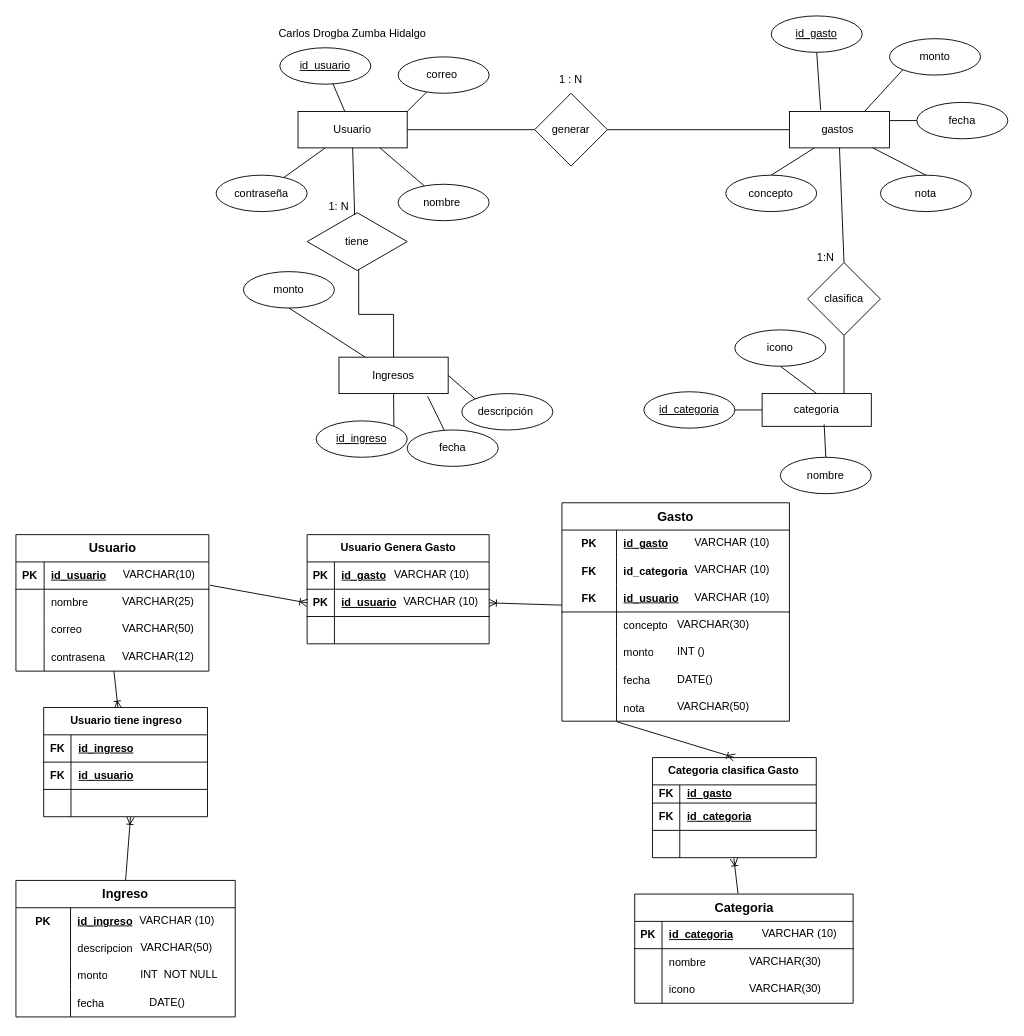
Before: Proyecto de unidad 1.drawio in CarlosZumba16/Base-de-Datos-Unidad-1, a draw.io diagram. Source tidied: cells renumbered, new cells numbered last; positions are measured from the earlier drawing's top-left corner, leaving out a move shared by most shapes. Both pictures are drawn from the tidied source at 91%, with x=0, y=0 at pixel (15, 15).
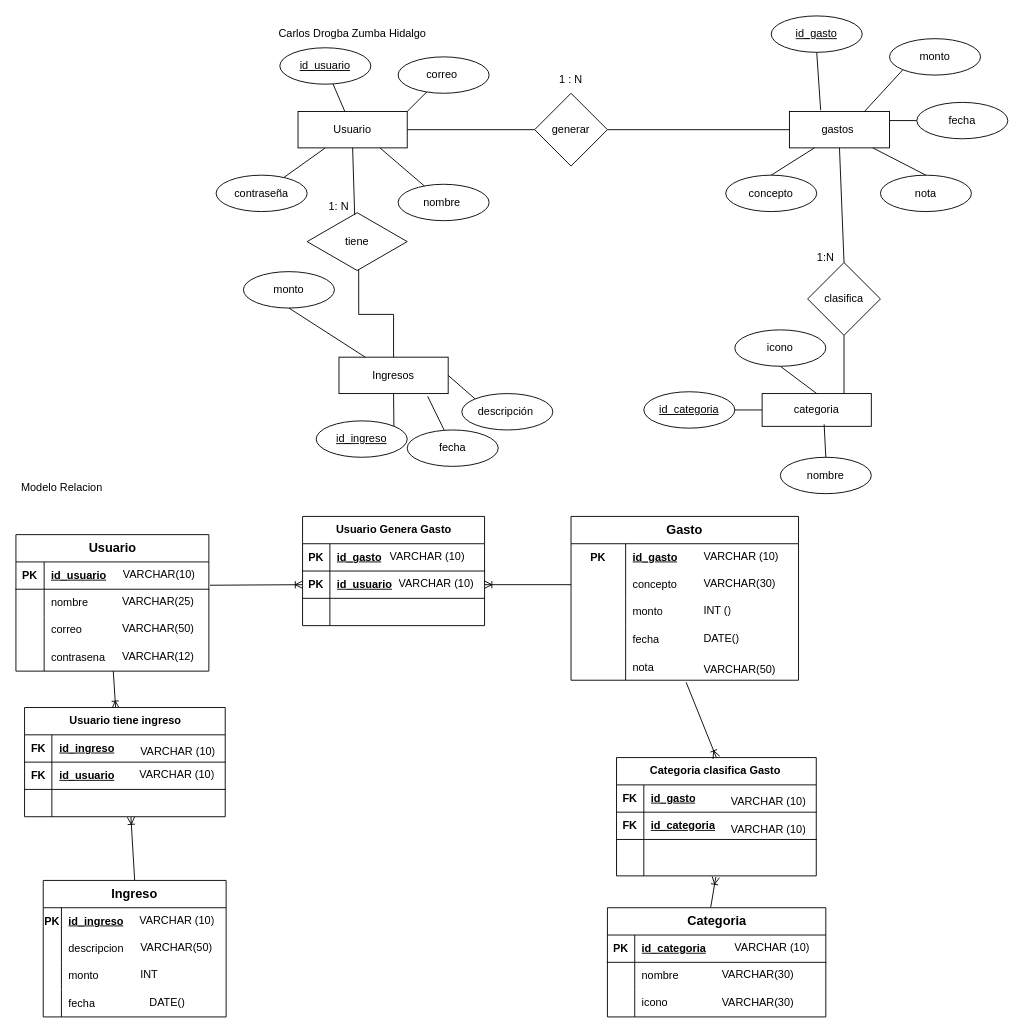
Above is the later version.

The change refers to these unchanged cells:
```xml
<mxCell id="133" style="shape=tableRow;horizontal=0;startSize=0;swimlaneHead=0;swimlaneBody=0;fillColor=none;points=[[0,0.5],[1,0.5]];portConstraint=eastwest;top=0;left=0;right=0;bottom=1;" parent="129" vertex="1">
  <mxGeometry y="60" width="200" height="30" as="geometry" />
</mxCell>
```

Diff of the diagram source:
```diff
@@
     <mxCell id="64" value="&lt;font style=&quot;font-size: 14px;&quot;&gt;Ingreso&lt;/font&gt;" style="shape=table;startSize=30;childLayout=tableLayout;rowLines=0;fontStyle=1;align=center;html=1;whiteSpace=wrap;" parent="1" vertex="1">
-      <mxGeometry y="950" width="241" height="150" as="geometry" />
+      <mxGeometry x="30" y="950" width="201" height="150" as="geometry" />
     </mxCell>
     <mxCell id="65" style="shape=tableRow;horizontal=0;startSize=0;swimlaneHead=0;swimlaneBody=0;fillColor=none;top=0;left=0;right=0;bottom=0;html=1;" parent="64" vertex="1">
-      <mxGeometry y="30" width="241" height="30" as="geometry" />
+      <mxGeometry y="30" width="201" height="30" as="geometry" />
     </mxCell>
     <mxCell id="66" value="PK" style="shape=partialRectangle;fillColor=none;top=0;left=0;bottom=0;right=0;fontStyle=1;overflow=hidden;html=1;whiteSpace=wrap;" parent="65" vertex="1">
-      <mxGeometry width="60" height="30" as="geometry" />
+      <mxGeometry width="20" height="30" as="geometry" />
     </mxCell>
     <mxCell id="67" value="id_ingreso" style="shape=partialRectangle;fillColor=none;top=0;left=0;bottom=0;right=0;align=left;spacingLeft=6;fontStyle=5;overflow=hidden;html=1;whiteSpace=wrap;" parent="65" vertex="1">
-      <mxGeometry x="60" width="181" height="30" as="geometry" />
+      <mxGeometry x="20" width="181" height="30" as="geometry" />
     </mxCell>
     <mxCell id="68" style="shape=tableRow;horizontal=0;startSize=0;swimlaneHead=0;swimlaneBody=0;fillColor=none;top=0;left=0;right=0;bottom=0;html=1;" parent="64" vertex="1">
-      <mxGeometry y="60" width="241" height="30" as="geometry" />
+      <mxGeometry y="60" width="201" height="30" as="geometry" />
     </mxCell>
     <mxCell id="69" style="shape=partialRectangle;fillColor=none;top=0;left=0;bottom=0;right=0;overflow=hidden;html=1;whiteSpace=wrap;" parent="68" vertex="1">
-      <mxGeometry width="60" height="30" as="geometry" />
+      <mxGeometry width="20" height="30" as="geometry" />
     </mxCell>
     <mxCell id="70" value="descripcion" style="shape=partialRectangle;fillColor=none;top=0;left=0;bottom=0;right=0;align=left;spacingLeft=6;overflow=hidden;html=1;whiteSpace=wrap;" parent="68" vertex="1">
-      <mxGeometry x="60" width="181" height="30" as="geometry" />
+      <mxGeometry x="20" width="181" height="30" as="geometry" />
     </mxCell>
     <mxCell id="71" style="shape=tableRow;horizontal=0;startSize=0;swimlaneHead=0;swimlaneBody=0;fillColor=none;top=0;left=0;right=0;bottom=0;html=1;" parent="64" vertex="1">
-      <mxGeometry y="90" width="241" height="30" as="geometry" />
+      <mxGeometry y="90" width="201" height="30" as="geometry" />
     </mxCell>
     <mxCell id="72" style="shape=partialRectangle;fillColor=none;top=0;left=0;bottom=0;right=0;overflow=hidden;html=1;whiteSpace=wrap;" parent="71" vertex="1">
-      <mxGeometry width="60" height="30" as="geometry" />
+      <mxGeometry width="20" height="30" as="geometry" />
     </mxCell>
     <mxCell id="73" value="monto" style="shape=partialRectangle;fillColor=none;top=0;left=0;bottom=0;right=0;align=left;spacingLeft=6;overflow=hidden;html=1;whiteSpace=wrap;" parent="71" vertex="1">
-      <mxGeometry x="60" width="181" height="30" as="geometry" />
+      <mxGeometry x="20" width="181" height="30" as="geometry" />
     </mxCell>
     <mxCell id="74" style="shape=tableRow;horizontal=0;startSize=0;swimlaneHead=0;swimlaneBody=0;fillColor=none;top=0;left=0;right=0;bottom=0;" parent="64" vertex="1">
-      <mxGeometry y="120" width="241" height="30" as="geometry" />
+      <mxGeometry y="120" width="201" height="30" as="geometry" />
     </mxCell>
     <mxCell id="75" style="shape=partialRectangle;fillColor=none;top=0;left=0;bottom=0;right=0;overflow=hidden;" parent="74" vertex="1">
-      <mxGeometry width="60" height="30" as="geometry" />
+      <mxGeometry width="20" height="30" as="geometry" />
     </mxCell>
     <mxCell id="76" value="fecha" style="shape=partialRectangle;fillColor=none;top=0;left=0;bottom=0;right=0;align=left;spacingLeft=6;overflow=hidden;" parent="74" vertex="1">
-      <mxGeometry x="60" width="181" height="30" as="geometry" />
+      <mxGeometry x="20" width="181" height="30" as="geometry" />
     </mxCell>
@@
-    <mxCell id="83" value="INT&amp;nbsp; NOT NULL" style="text;strokeColor=none;fillColor=none;spacingLeft=4;spacingRight=4;overflow=hidden;fontSize=12;whiteSpace=wrap;html=1;" parent="1" vertex="1">
+    <mxCell id="83" value="INT&amp;nbsp;" style="text;strokeColor=none;fillColor=none;spacingLeft=4;spacingRight=4;overflow=hidden;fontSize=12;whiteSpace=wrap;html=1;" parent="1" vertex="1">
       <mxGeometry x="131" y="1040" width="100" height="30" as="geometry" />
     </mxCell>
@@
     <mxCell id="85" value="&lt;font style=&quot;font-size: 14px;&quot;&gt;Categoria&lt;/font&gt;" style="shape=table;startSize=30;childLayout=tableLayout;rowLines=0;fontStyle=1;align=center;html=1;" parent="1" vertex="1">
-      <mxGeometry x="680" y="965" width="240" height="120" as="geometry" />
+      <mxGeometry x="650" y="980" width="240" height="120" as="geometry" />
     </mxCell>
@@
     <mxCell id="95" value="&lt;font style=&quot;font-size: 14px;&quot;&gt;Gasto&lt;/font&gt;" style="shape=table;startSize=30;childLayout=tableLayout;rowLines=0;fontStyle=1;align=center;html=1;whiteSpace=wrap;" parent="1" vertex="1">
-      <mxGeometry x="600" y="535" width="250" height="240" as="geometry" />
+      <mxGeometry x="610" y="550" width="250" height="180" as="geometry" />
     </mxCell>
@@
-    <mxCell id="99" style="shape=tableRow;horizontal=0;startSize=0;swimlaneHead=0;swimlaneBody=0;fillColor=none;top=0;left=0;right=0;bottom=0;" parent="95" vertex="1">
-      <mxGeometry y="60" width="250" height="30" as="geometry" />
-    </mxCell>
-    <mxCell id="100" value="FK" style="shape=partialRectangle;fillColor=none;top=0;left=0;bottom=0;right=0;overflow=hidden;fontStyle=1;" parent="99" vertex="1">
-      <mxGeometry width="60" height="30" as="geometry" />
-    </mxCell>
-    <mxCell id="101" value="id_categoria" style="shape=partialRectangle;fillColor=none;top=0;left=0;bottom=0;right=0;align=left;spacingLeft=6;overflow=hidden;fontStyle=1;" parent="99" vertex="1">
-      <mxGeometry x="60" width="190" height="30" as="geometry" />
-    </mxCell>
-    <mxCell id="102" style="shape=tableRow;horizontal=0;startSize=0;swimlaneHead=0;swimlaneBody=0;fillColor=none;top=0;left=0;right=0;bottom=1;html=1;" parent="95" vertex="1">
-      <mxGeometry y="90" width="250" height="30" as="geometry" />
-    </mxCell>
-    <mxCell id="103" value="FK" style="shape=partialRectangle;fillColor=none;top=0;left=0;bottom=0;right=0;fontStyle=1;overflow=hidden;html=1;whiteSpace=wrap;" parent="102" vertex="1">
-      <mxGeometry width="60" height="30" as="geometry" />
-    </mxCell>
-    <mxCell id="104" value="id_usuario" style="shape=partialRectangle;fillColor=none;top=0;left=0;bottom=0;right=0;align=left;spacingLeft=6;fontStyle=5;overflow=hidden;html=1;whiteSpace=wrap;" parent="102" vertex="1">
-      <mxGeometry x="60" width="190" height="30" as="geometry" />
-    </mxCell>
     <mxCell id="105" style="shape=tableRow;horizontal=0;startSize=0;swimlaneHead=0;swimlaneBody=0;fillColor=none;points=[[0,0.5],[1,0.5]];portConstraint=eastwest;top=0;left=0;right=0;bottom=0;html=1;" parent="95" vertex="1">
-      <mxGeometry y="120" width="250" height="30" as="geometry" />
+      <mxGeometry y="60" width="250" height="30" as="geometry" />
     </mxCell>
@@
     <mxCell id="108" style="shape=tableRow;horizontal=0;startSize=0;swimlaneHead=0;swimlaneBody=0;fillColor=none;top=0;left=0;right=0;bottom=0;html=1;" parent="95" vertex="1">
-      <mxGeometry y="150" width="250" height="30" as="geometry" />
+      <mxGeometry y="90" width="250" height="30" as="geometry" />
     </mxCell>
@@
     <mxCell id="111" style="shape=tableRow;horizontal=0;startSize=0;swimlaneHead=0;swimlaneBody=0;fillColor=none;top=0;left=0;right=0;bottom=0;" parent="95" vertex="1">
-      <mxGeometry y="180" width="250" height="30" as="geometry" />
+      <mxGeometry y="120" width="250" height="30" as="geometry" />
     </mxCell>
@@
     <mxCell id="114" style="shape=tableRow;horizontal=0;startSize=0;swimlaneHead=0;swimlaneBody=0;fillColor=none;points=[[0,0.5],[1,0.5]];portConstraint=eastwest;top=0;left=0;right=0;bottom=0;" parent="95" vertex="1">
-      <mxGeometry y="210" width="250" height="30" as="geometry" />
+      <mxGeometry y="150" width="250" height="30" as="geometry" />
     </mxCell>
@@
     <mxCell id="119" value="VARCHAR (10)" style="text;strokeColor=none;fillColor=none;spacingLeft=4;spacingRight=4;overflow=hidden;fontSize=12;whiteSpace=wrap;html=1;" parent="1" vertex="1">
-      <mxGeometry x="740" y="565" width="100" height="30" as="geometry" />
+      <mxGeometry x="750" y="580" width="100" height="30" as="geometry" />
     </mxCell>
-    <mxCell id="120" value="VARCHAR (10)" style="text;strokeColor=none;fillColor=none;spacingLeft=4;spacingRight=4;overflow=hidden;fontSize=12;whiteSpace=wrap;html=1;" parent="1" vertex="1">
-      <mxGeometry x="740" y="595" width="100" height="30" as="geometry" />
-    </mxCell>
-    <mxCell id="121" value="VARCHAR (10)" style="text;strokeColor=none;fillColor=none;spacingLeft=4;spacingRight=4;overflow=hidden;fontSize=12;whiteSpace=wrap;html=1;" parent="1" vertex="1">
-      <mxGeometry x="740" y="625" width="99" height="30" as="geometry" />
-    </mxCell>
     <mxCell id="122" value="VARCHAR (10)" style="text;strokeColor=none;fillColor=none;spacingLeft=4;spacingRight=4;overflow=hidden;fontSize=12;whiteSpace=wrap;html=1;" parent="1" vertex="1">
-      <mxGeometry x="814" y="995" width="100" height="30" as="geometry" />
+      <mxGeometry x="784" y="1010" width="100" height="30" as="geometry" />
     </mxCell>
     <mxCell id="123" value="VARCHAR(30)" style="text;strokeColor=none;fillColor=none;spacingLeft=4;spacingRight=4;overflow=hidden;fontSize=12;whiteSpace=wrap;html=1;" parent="1" vertex="1">
-      <mxGeometry x="721" y="655" width="100" height="30" as="geometry" />
+      <mxGeometry x="750" y="610" width="100" height="30" as="geometry" />
     </mxCell>
     <mxCell id="124" value="INT ()" style="text;strokeColor=none;fillColor=none;spacingLeft=4;spacingRight=4;overflow=hidden;fontSize=12;whiteSpace=wrap;html=1;" parent="1" vertex="1">
-      <mxGeometry x="721" y="685" width="100" height="30" as="geometry" />
+      <mxGeometry x="750" y="640" width="100" height="30" as="geometry" />
     </mxCell>
     <mxCell id="125" value="DATE()" style="text;strokeColor=none;fillColor=none;spacingLeft=4;spacingRight=4;overflow=hidden;fontSize=12;whiteSpace=wrap;html=1;" parent="1" vertex="1">
-      <mxGeometry x="721" y="715" width="100" height="30" as="geometry" />
+      <mxGeometry x="750" y="670" width="100" height="30" as="geometry" />
     </mxCell>
     <mxCell id="126" value="VARCHAR(50)" style="text;strokeColor=none;fillColor=none;spacingLeft=4;spacingRight=4;overflow=hidden;fontSize=12;whiteSpace=wrap;html=1;" parent="1" vertex="1">
-      <mxGeometry x="721" y="745" width="100" height="30" as="geometry" />
+      <mxGeometry x="750" y="705" width="100" height="30" as="geometry" />
     </mxCell>
     <mxCell id="127" value="VARCHAR(30)" style="text;strokeColor=none;fillColor=none;spacingLeft=4;spacingRight=4;overflow=hidden;fontSize=12;whiteSpace=wrap;html=1;" parent="1" vertex="1">
-      <mxGeometry x="800" y="1025" width="100" height="30" as="geometry" />
+      <mxGeometry x="770" y="1040" width="100" height="30" as="geometry" />
     </mxCell>
     <mxCell id="128" value="VARCHAR(30)" style="text;strokeColor=none;fillColor=none;spacingLeft=4;spacingRight=4;overflow=hidden;fontSize=12;whiteSpace=wrap;html=1;" parent="1" vertex="1">
-      <mxGeometry x="800" y="1055" width="100" height="30" as="geometry" />
+      <mxGeometry x="770" y="1070" width="100" height="30" as="geometry" />
     </mxCell>
     <mxCell id="129" value="Usuario Genera Gasto" style="shape=table;startSize=30;childLayout=tableLayout;rowLines=0;fontStyle=1;align=center;html=1;" parent="1" vertex="1">
-      <mxGeometry x="320" y="570" width="200" height="120" as="geometry" />
+      <mxGeometry x="315" y="550" width="200" height="120" as="geometry" />
     </mxCell>
@@
-    <mxCell id="139" style="fontSize=12;html=1;endArrow=ERoneToMany;rounded=0;exitX=0;exitY=0.75;exitDx=0;exitDy=0;entryX=1;entryY=0.5;entryDx=0;entryDy=0;" parent="1" edge="1" source="103" target="133">
+    <mxCell id="139" style="fontSize=12;html=1;endArrow=ERoneToMany;rounded=0;exitX=0;exitY=0.5;exitDx=0;exitDy=0;entryX=1;entryY=0.5;entryDx=0;entryDy=0;" parent="1" edge="1" source="105" target="133">
       <mxGeometry relative="1" as="geometry" />
     </mxCell>
@@
     <mxCell id="141" value="Usuario tiene ingreso" style="shape=table;startSize=30;childLayout=tableLayout;rowLines=0;fontStyle=1;align=center;html=1;" parent="1" vertex="1">
-      <mxGeometry x="30.5" y="760" width="180" height="120" as="geometry" />
+      <mxGeometry x="9.5" y="760" width="220.5" height="120" as="geometry" />
     </mxCell>
     <mxCell id="142" style="shape=tableRow;horizontal=0;startSize=0;swimlaneHead=0;swimlaneBody=0;fillColor=none;top=0;left=0;right=0;bottom=1;" parent="141" vertex="1">
-      <mxGeometry y="30" width="180" height="30" as="geometry" />
+      <mxGeometry y="30" width="220.5" height="30" as="geometry" />
     </mxCell>
@@
     <mxCell id="144" value="id_ingreso" style="shape=partialRectangle;fillColor=none;top=0;left=0;bottom=0;right=0;align=left;spacingLeft=6;fontStyle=5;overflow=hidden;whiteSpace=wrap;html=1;" parent="142" vertex="1">
-      <mxGeometry x="30" width="150" height="30" as="geometry" />
+      <mxGeometry x="30" width="190.5" height="30" as="geometry" />
     </mxCell>
     <mxCell id="145" style="shape=tableRow;horizontal=0;startSize=0;swimlaneHead=0;swimlaneBody=0;fillColor=none;top=0;left=0;right=0;bottom=1;" parent="141" vertex="1">
-      <mxGeometry y="60" width="180" height="30" as="geometry" />
+      <mxGeometry y="60" width="220.5" height="30" as="geometry" />
     </mxCell>
@@
     <mxCell id="147" value="id_usuario" style="shape=partialRectangle;fillColor=none;top=0;left=0;bottom=0;right=0;align=left;spacingLeft=6;fontStyle=5;overflow=hidden;whiteSpace=wrap;html=1;" parent="145" vertex="1">
-      <mxGeometry x="30" width="150" height="30" as="geometry" />
+      <mxGeometry x="30" width="190.5" height="30" as="geometry" />
     </mxCell>
     <mxCell id="148" style="shape=tableRow;horizontal=0;startSize=0;swimlaneHead=0;swimlaneBody=0;fillColor=none;points=[[0,0.5],[1,0.5]];portConstraint=eastwest;top=0;left=0;right=0;bottom=0;" parent="141" vertex="1">
-      <mxGeometry y="90" width="180" height="30" as="geometry" />
+      <mxGeometry y="90" width="220.5" height="30" as="geometry" />
     </mxCell>
@@
     <mxCell id="150" style="shape=partialRectangle;fillColor=none;top=0;left=0;bottom=0;right=0;align=left;spacingLeft=6;overflow=hidden;whiteSpace=wrap;html=1;" parent="148" vertex="1">
-      <mxGeometry x="30" width="150" height="30" as="geometry" />
+      <mxGeometry x="30" width="190.5" height="30" as="geometry" />
     </mxCell>
@@
     <mxCell id="152" value="Categoria clasifica Gasto&amp;nbsp;" style="shape=table;startSize=30;childLayout=tableLayout;rowLines=0;fontStyle=1;align=center;html=1;" parent="1" vertex="1">
-      <mxGeometry x="699.5" y="815" width="180" height="110" as="geometry" />
+      <mxGeometry x="660" y="815" width="219.5" height="130" as="geometry" />
     </mxCell>
     <mxCell id="153" style="shape=tableRow;horizontal=0;startSize=0;swimlaneHead=0;swimlaneBody=0;fillColor=none;top=0;left=0;right=0;bottom=1;" parent="152" vertex="1">
-      <mxGeometry y="30" width="180" height="20" as="geometry" />
+      <mxGeometry y="30" width="219.5" height="30" as="geometry" />
     </mxCell>
     <mxCell id="154" value="FK" style="shape=partialRectangle;fillColor=none;top=0;left=0;bottom=0;right=0;fontStyle=1;overflow=hidden;whiteSpace=wrap;html=1;" parent="153" vertex="1">
-      <mxGeometry width="30" height="20" as="geometry" />
+      <mxGeometry width="30" height="30" as="geometry" />
     </mxCell>
     <mxCell id="155" value="id_gasto" style="shape=partialRectangle;fillColor=none;top=0;left=0;bottom=0;right=0;align=left;spacingLeft=6;fontStyle=5;overflow=hidden;whiteSpace=wrap;html=1;" parent="153" vertex="1">
-      <mxGeometry x="30" width="150" height="20" as="geometry" />
+      <mxGeometry x="30" width="189.5" height="30" as="geometry" />
     </mxCell>
     <mxCell id="156" style="shape=tableRow;horizontal=0;startSize=0;swimlaneHead=0;swimlaneBody=0;fillColor=none;top=0;left=0;right=0;bottom=1;" parent="152" vertex="1">
-      <mxGeometry y="50" width="180" height="30" as="geometry" />
+      <mxGeometry y="60" width="219.5" height="30" as="geometry" />
     </mxCell>
@@
     <mxCell id="158" value="id_categoria" style="shape=partialRectangle;fillColor=none;top=0;left=0;bottom=0;right=0;align=left;spacingLeft=6;fontStyle=5;overflow=hidden;whiteSpace=wrap;html=1;" parent="156" vertex="1">
-      <mxGeometry x="30" width="150" height="30" as="geometry" />
+      <mxGeometry x="30" width="189.5" height="30" as="geometry" />
     </mxCell>
     <mxCell id="159" style="shape=tableRow;horizontal=0;startSize=0;swimlaneHead=0;swimlaneBody=0;fillColor=none;points=[[0,0.5],[1,0.5]];portConstraint=eastwest;top=0;left=0;right=0;bottom=0;" parent="152" vertex="1">
-      <mxGeometry y="80" width="180" height="30" as="geometry" />
+      <mxGeometry y="90" width="219.5" height="40" as="geometry" />
     </mxCell>
     <mxCell id="160" style="shape=partialRectangle;fillColor=none;top=0;left=0;bottom=0;right=0;overflow=hidden;whiteSpace=wrap;html=1;" parent="159" vertex="1">
-      <mxGeometry width="30" height="30" as="geometry" />
+      <mxGeometry width="30" height="40" as="geometry" />
     </mxCell>
     <mxCell id="161" style="shape=partialRectangle;fillColor=none;top=0;left=0;bottom=0;right=0;align=left;spacingLeft=6;overflow=hidden;whiteSpace=wrap;html=1;" parent="159" vertex="1">
-      <mxGeometry x="30" width="150" height="30" as="geometry" />
+      <mxGeometry x="30" width="189.5" height="40" as="geometry" />
     </mxCell>
-    <mxCell id="162" style="fontSize=12;html=1;endArrow=ERoneToMany;rounded=0;exitX=0.241;exitY=1.02;exitDx=0;exitDy=0;exitPerimeter=0;entryX=0.5;entryY=0;entryDx=0;entryDy=0;" parent="1" edge="1" source="114" target="152">
+    <mxCell id="162" style="fontSize=12;html=1;endArrow=ERoneToMany;rounded=0;exitX=0.506;exitY=1.073;exitDx=0;exitDy=0;exitPerimeter=0;entryX=0.5;entryY=0;entryDx=0;entryDy=0;" parent="1" edge="1" source="114" target="152">
       <mxGeometry relative="1" as="geometry" />
     </mxCell>
     <mxCell id="163" value="VARCHAR (10)" style="text;strokeColor=none;fillColor=none;spacingLeft=4;spacingRight=4;overflow=hidden;fontSize=12;whiteSpace=wrap;html=1;" parent="1" vertex="1">
-      <mxGeometry x="410" y="600" width="100" height="30" as="geometry" />
+      <mxGeometry x="405" y="580" width="100" height="30" as="geometry" />
     </mxCell>
     <mxCell id="164" value="VARCHAR (10)" style="text;strokeColor=none;fillColor=none;spacingLeft=4;spacingRight=4;overflow=hidden;fontSize=12;whiteSpace=wrap;html=1;" parent="1" vertex="1">
-      <mxGeometry x="420" y="630" width="100" height="30" as="geometry" />
+      <mxGeometry x="415" y="610" width="100" height="30" as="geometry" />
     </mxCell>
+    <mxCell id="165" value="VARCHAR (10)" style="text;strokeColor=none;fillColor=none;spacingLeft=4;spacingRight=4;overflow=hidden;fontSize=12;whiteSpace=wrap;html=1;" parent="1" vertex="1">
+      <mxGeometry x="780" y="850" width="100" height="30" as="geometry" />
+    </mxCell>
+    <mxCell id="166" value="VARCHAR (10)" style="text;strokeColor=none;fillColor=none;spacingLeft=4;spacingRight=4;overflow=hidden;fontSize=12;whiteSpace=wrap;html=1;" parent="1" vertex="1">
+      <mxGeometry x="780" y="880" width="100" height="30" as="geometry" />
+    </mxCell>
+    <mxCell id="167" value="VARCHAR (10)" style="text;strokeColor=none;fillColor=none;spacingLeft=4;spacingRight=4;overflow=hidden;fontSize=12;whiteSpace=wrap;html=1;" parent="1" vertex="1">
+      <mxGeometry x="131" y="795" width="100" height="30" as="geometry" />
+    </mxCell>
+    <mxCell id="168" value="VARCHAR (10)" style="text;strokeColor=none;fillColor=none;spacingLeft=4;spacingRight=4;overflow=hidden;fontSize=12;whiteSpace=wrap;html=1;" parent="1" vertex="1">
+      <mxGeometry x="130" y="820" width="100" height="30" as="geometry" />
+    </mxCell>
+    <mxCell id="169" value="Modelo Relacion&amp;nbsp;" style="text;strokeColor=none;fillColor=none;spacingLeft=4;spacingRight=4;overflow=hidden;fontSize=12;whiteSpace=wrap;html=1;" parent="1" vertex="1">
+      <mxGeometry y="505" width="140" height="30" as="geometry" />
+    </mxCell>
```
